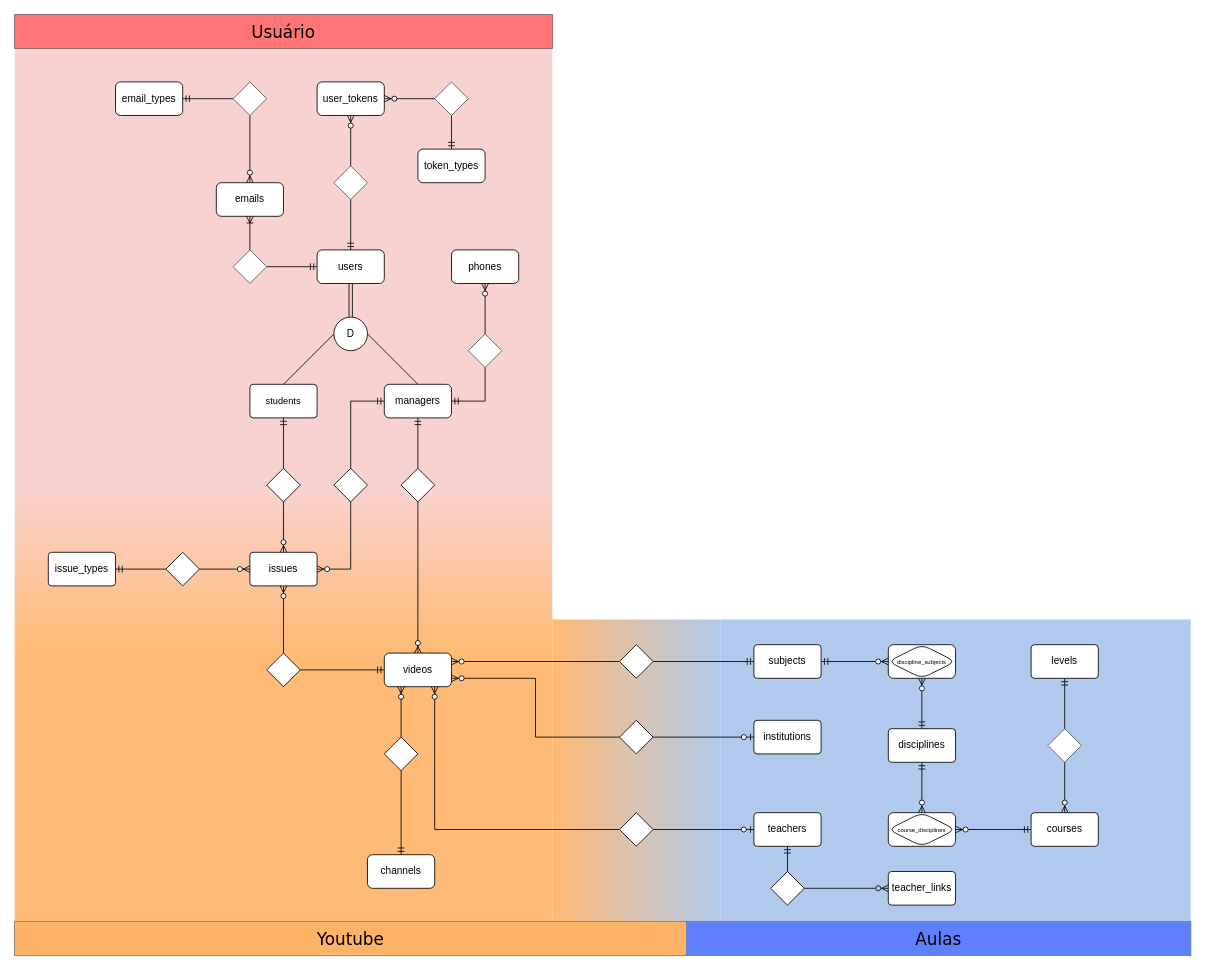
Above: page "Conceitual" (1 of 6) of db_model.drawio in SevenSeas-Tech/demen-backend (draw.io), before the change. Source tidied: cells renumbered, new cells numbered last; positions are measured from the earlier drawing's top-left corner, leaving out a move shared by most shapes. Both pictures are drawn from the tidied source at 84%, with x=0, y=0 at pixel (14, 14).
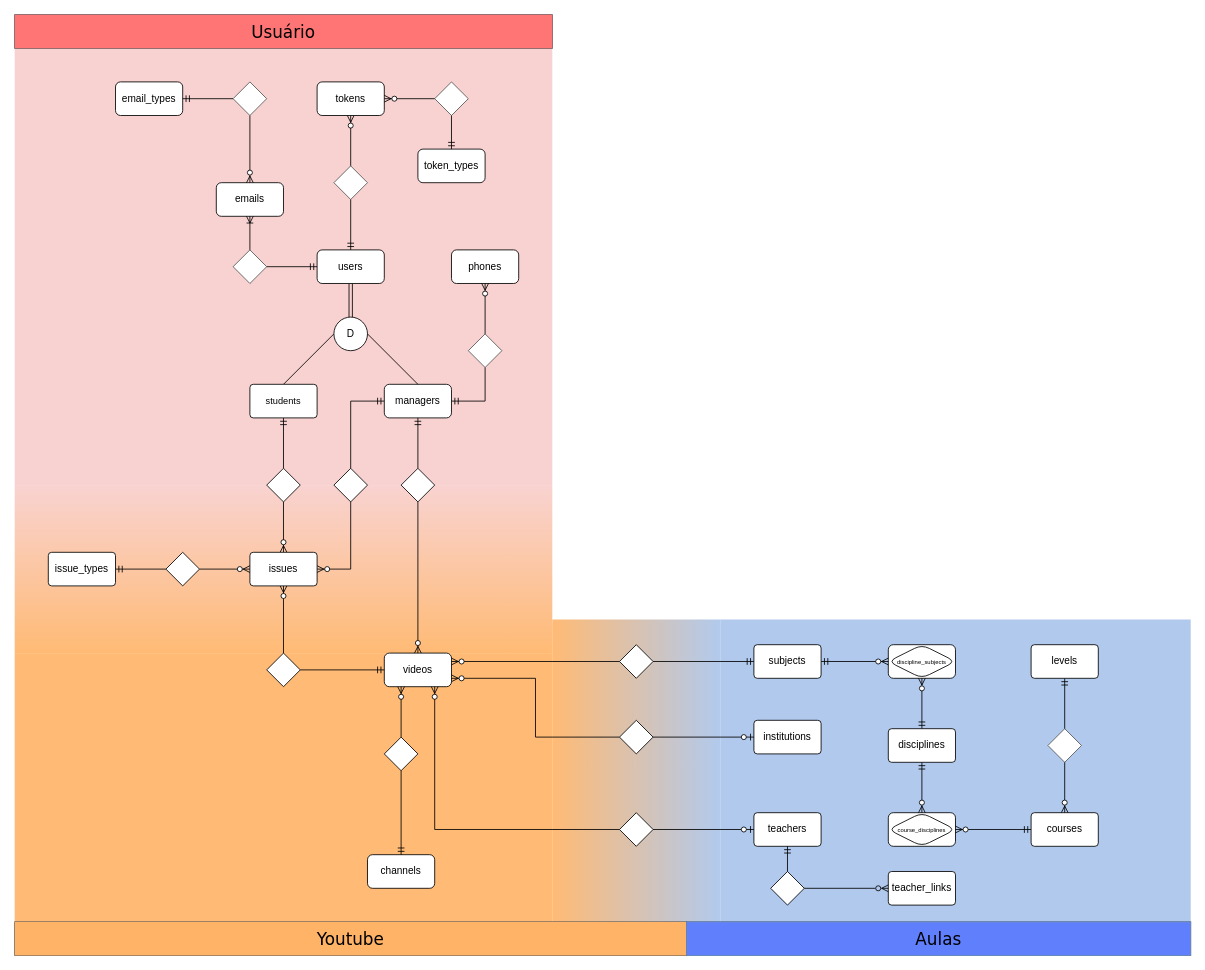
The same page after the edit.

Commit message (it also covers changes not shown here):
chore(drawio): alteração no nome da tabela tokens

What changed in the source:
```diff
@@
-    <mxCell id="63" value="user_tokens" style="whiteSpace=wrap;html=1;align=center;fontSize=12;rounded=1;" parent="16" vertex="1">
+    <mxCell id="63" value="tokens" style="whiteSpace=wrap;html=1;align=center;fontSize=12;rounded=1;" parent="16" vertex="1">
       <mxGeometry x="360" y="80" width="80" height="40" as="geometry" />
     </mxCell>
```
